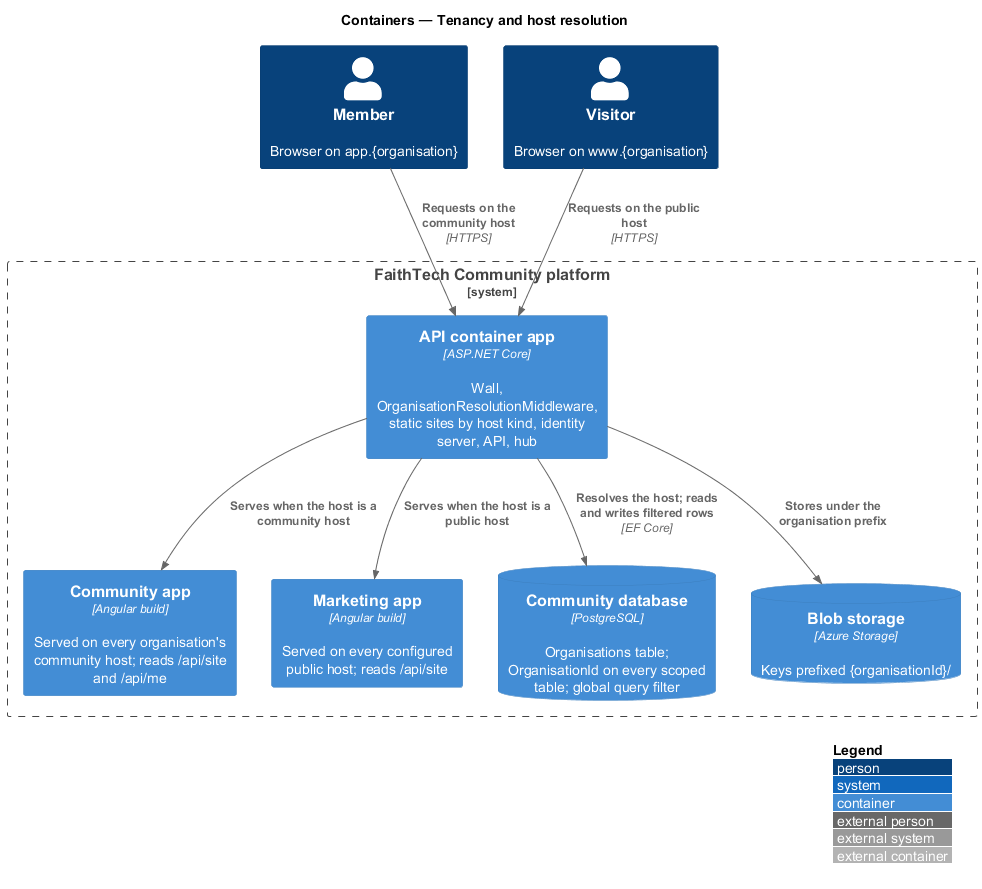
This is docs/detailed-designs/organisations/tenancy-and-host-resolution/diagrams/c4-container.png from QuinntyneBrown/faithtech-community, a PlantUML export, as it was before one commit.
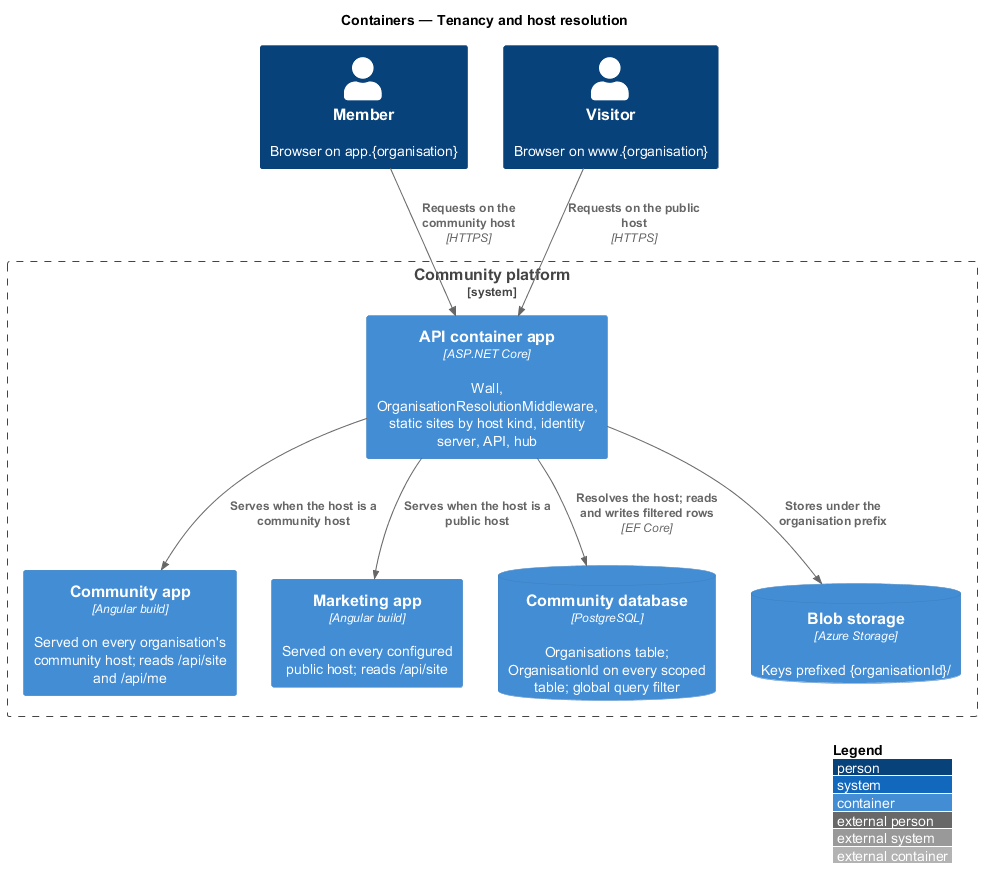
The same file after the commit.

Change to the diagram source:
```diff
@@ -4,7 +4,7 @@
 title Containers — Tenancy and host resolution
 Person(member, "Member", "Browser on app.{organisation}")
 Person(visitor, "Visitor", "Browser on www.{organisation}")
-System_Boundary(platform, "FaithTech Community platform") {
+System_Boundary(platform, "Community platform") {
   Container(api, "API container app", "ASP.NET Core", "Wall, OrganisationResolutionMiddleware, static sites by host kind, identity server, API, hub")
   Container(web, "Community app", "Angular build", "Served on every organisation's community host; reads /api/site and /api/me")
   Container(mkt, "Marketing app", "Angular build", "Served on every configured public host; reads /api/site")
```
